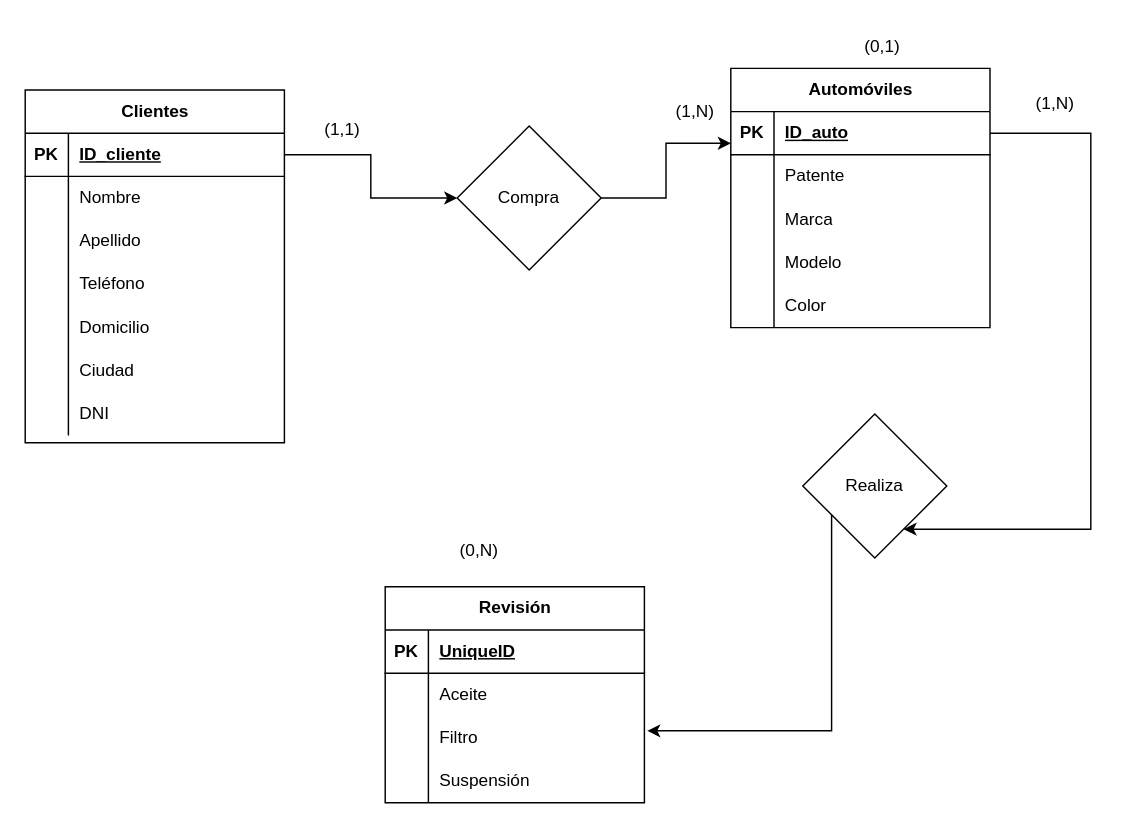
This is Concesionaria.drawio from LuchoLatella/Draw.io, a draw.io file, before an edit. Source tidied: cells renumbered, new cells numbered last; positions are measured from the earlier drawing's top-left corner, leaving out a move shared by most shapes. Both pictures are drawn from the tidied source at 144%, with x=0, y=0 at pixel (24, 24).
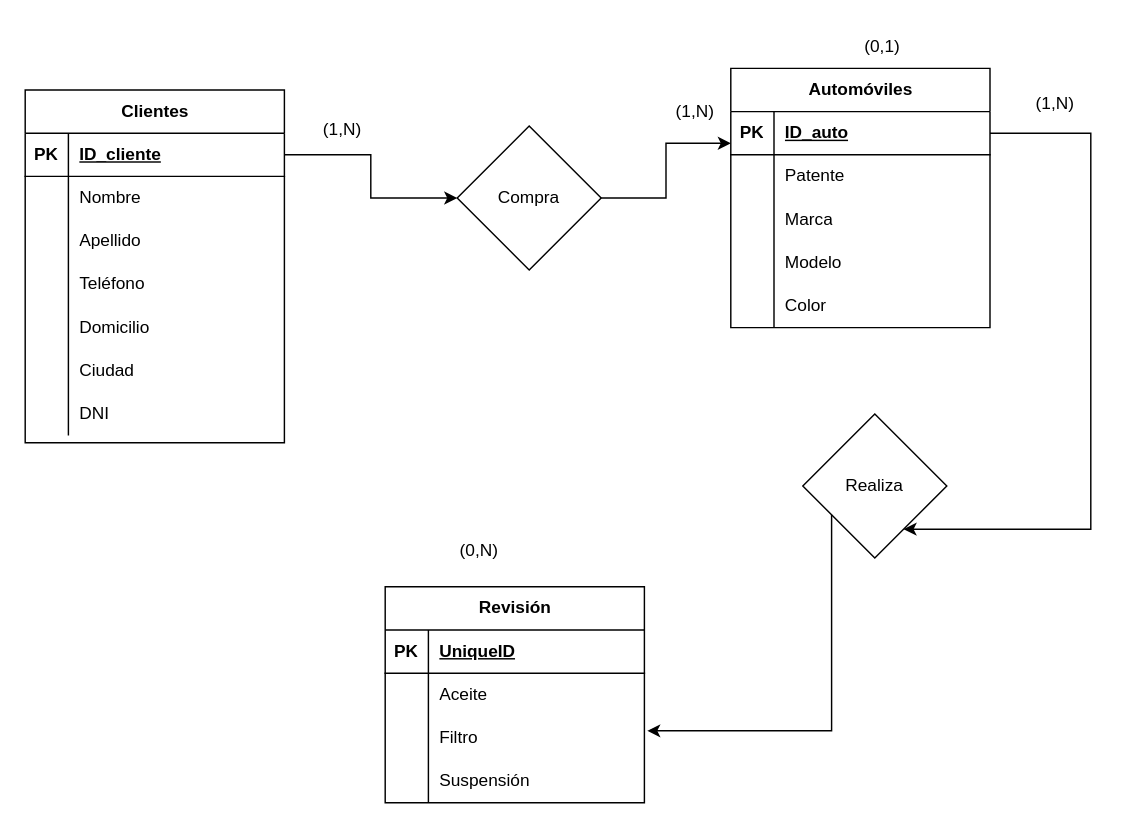
Above is the later version.

The edit, as a diff of the source:
```diff
@@
-    <mxCell id="60" value="(1,1)" style="text;html=1;align=center;verticalAlign=middle;strokeColor=none;fillColor=none;" parent="1" vertex="1">
+    <mxCell id="60" value="(1,N)" style="text;html=1;align=center;verticalAlign=middle;strokeColor=none;fillColor=none;" parent="1" vertex="1">
       <mxGeometry x="195" y="58" width="50" height="30" as="geometry" />
     </mxCell>
```
